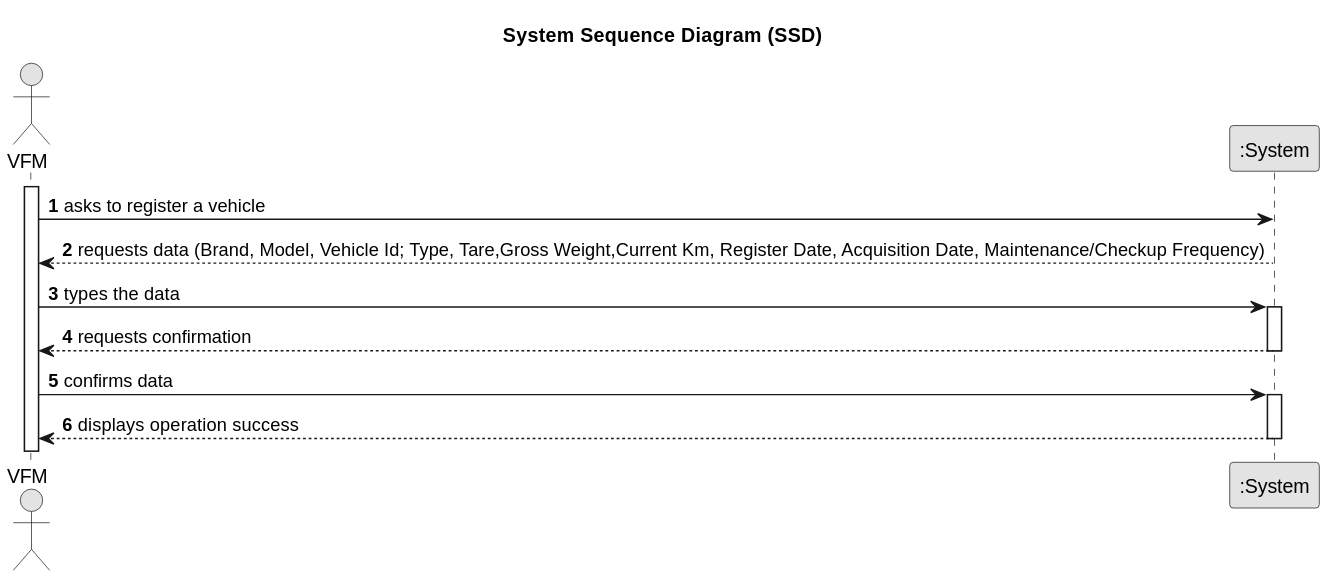
This is docs/sprintA/us006/01.requirements-engineering/svg/us006-system-sequence-diagram-alternative-one.svg from Departamento-de-Engenharia-Informatica/lei-24-s2-1do-g164, a PlantUML export, as it was before one commit.
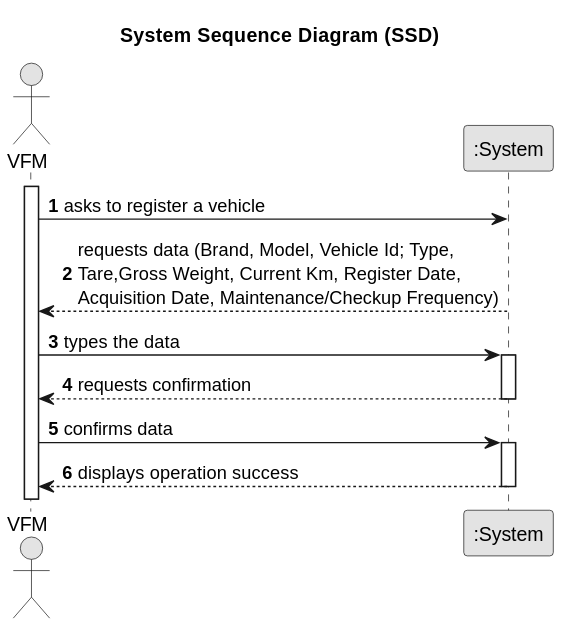
Later version of the same file.

Diff of the diagram source:
```diff
@@ -15,7 +15,7 @@
     Employee -> System : asks to register a vehicle
 
 
-        System --> Employee : requests data (Brand, Model, Vehicle Id; Type, Tare,Gross Weight,Current Km, Register Date, Acquisition Date, Maintenance/Checkup Frequency)
+        System --> Employee : requests data (Brand, Model, Vehicle Id; Type, \nTare,Gross Weight, Current Km, Register Date, \nAcquisition Date, Maintenance/Checkup Frequency)
     deactivate System
 
     Employee -> System : types the data
```
